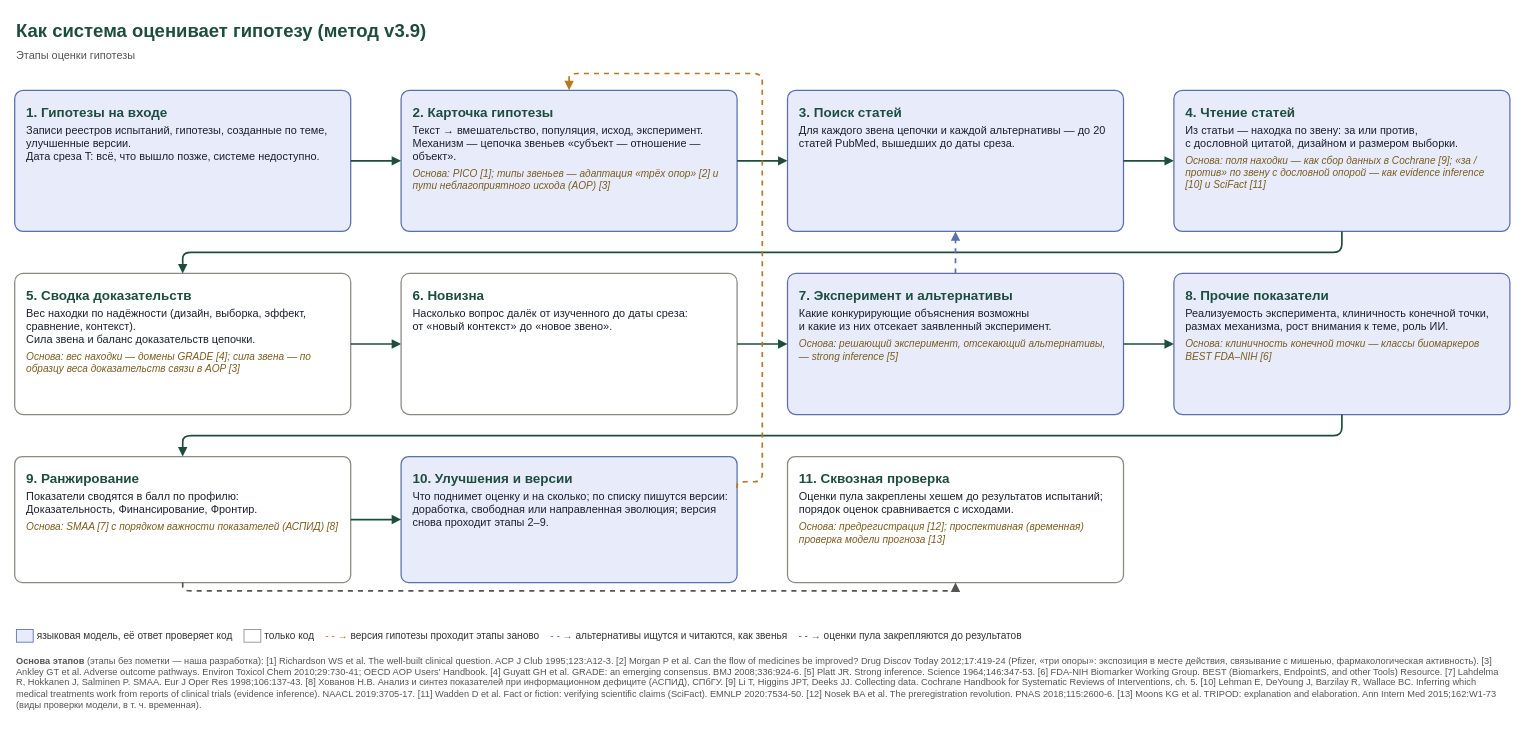
Earlier version of the draw.io diagram docs/system/flow_base.drawio (danrd/hyp-arena). Source tidied: cells renumbered, new cells numbered last; positions are measured from the earlier drawing's top-left corner, leaving out a move shared by most shapes. Both pictures are drawn from the tidied source at 84%, with x=0, y=0 at pixel (14, 14).
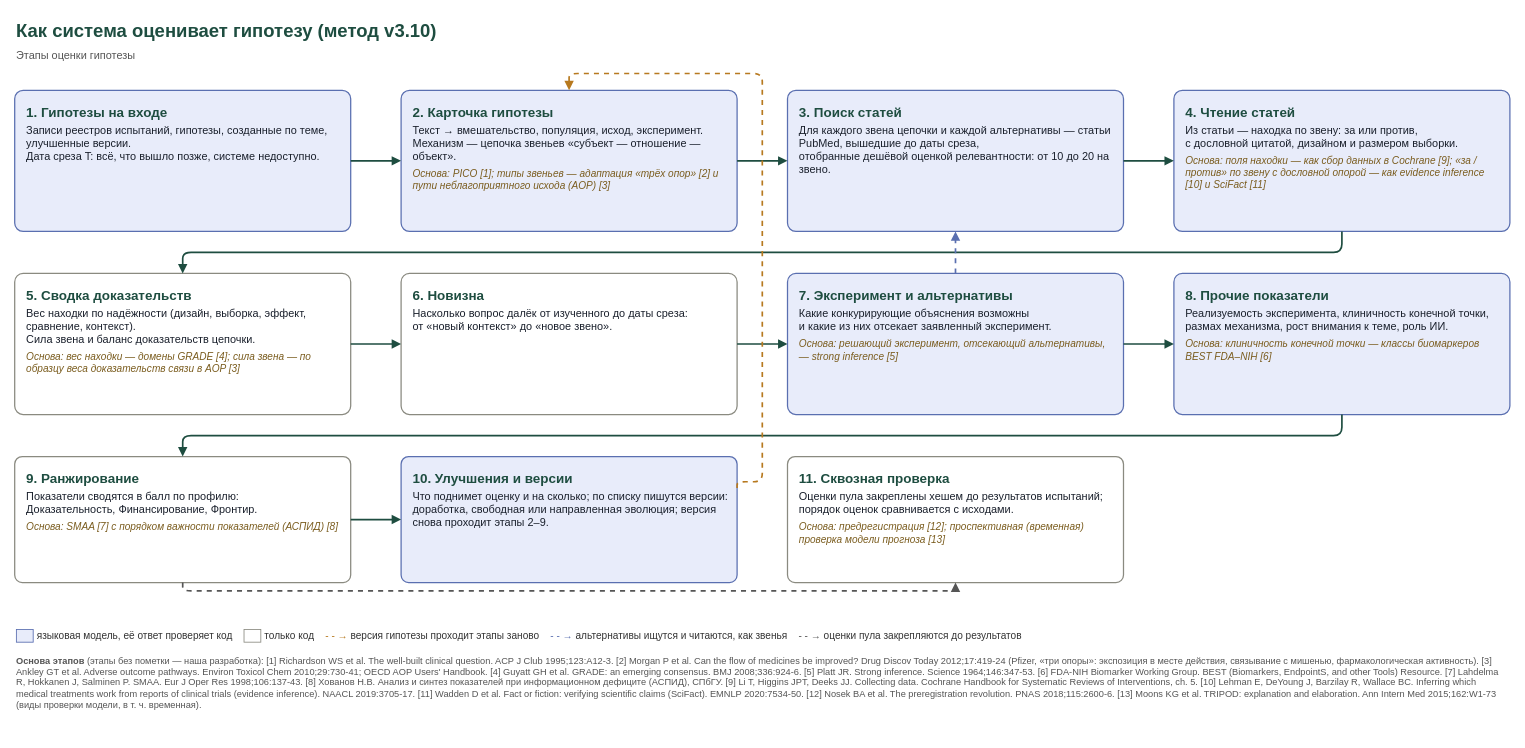
The same diagram, later.

Commit message (it also covers changes not shown here):
Flow schemes rebuilt for method v3.10 (filtered search, reader v21, effect and novelty rules)

Diff of the diagram source:
```diff
@@
-    <mxCell id="2" value="&lt;b&gt;Как система оценивает гипотезу (метод v3.9)&lt;/b&gt;&lt;br/&gt;&lt;span style='font-size:13px;color:#555'&gt;Этапы оценки гипотезы&lt;/span&gt;" style="text;html=1;fontSize=22;align=left;verticalAlign=top;fillColor=none;strokeColor=none;fontColor=#1E4D40;" parent="1" vertex="1">
+    <mxCell id="2" value="&lt;b&gt;Как система оценивает гипотезу (метод v3.10)&lt;/b&gt;&lt;br/&gt;&lt;span style='font-size:13px;color:#555'&gt;Этапы оценки гипотезы&lt;/span&gt;" style="text;html=1;fontSize=22;align=left;verticalAlign=top;fillColor=none;strokeColor=none;fontColor=#1E4D40;" parent="1" vertex="1">
       <mxGeometry width="1780" height="56" as="geometry" />
     </mxCell>
@@
-    <mxCell id="5" value="&lt;div style='font-size:16px;color:#1E4D40'&gt;&lt;b&gt;3. Поиск статей&lt;/b&gt;&lt;/div&gt;&lt;div style='margin-top:4px'&gt;Для каждого звена цепочки и каждой альтернативы — до 20 статей PubMed, вышедших до даты среза.&lt;/div&gt;" style="rounded=1;arcSize=6;whiteSpace=wrap;html=1;fillColor=#E8ECFA;strokeColor=#5A6FB0;strokeWidth=1.5;fontSize=13;fontColor=#1A202C;align=left;verticalAlign=top;spacingLeft=12;spacingRight=10;spacingTop=10;" parent="1" vertex="1">
+    <mxCell id="5" value="&lt;div style='font-size:16px;color:#1E4D40'&gt;&lt;b&gt;3. Поиск статей&lt;/b&gt;&lt;/div&gt;&lt;div style='margin-top:4px'&gt;Для каждого звена цепочки и каждой альтернативы — статьи PubMed, вышедшие до даты среза,&lt;br/&gt;отобранные дешёвой оценкой релевантности: от 10 до 20 на звено.&lt;/div&gt;" style="rounded=1;arcSize=6;whiteSpace=wrap;html=1;fillColor=#E8ECFA;strokeColor=#5A6FB0;strokeWidth=1.5;fontSize=13;fontColor=#1A202C;align=left;verticalAlign=top;spacingLeft=12;spacingRight=10;spacingTop=10;" parent="1" vertex="1">
       <mxGeometry x="920" y="90" width="400" height="168" as="geometry" />
     </mxCell>
```
